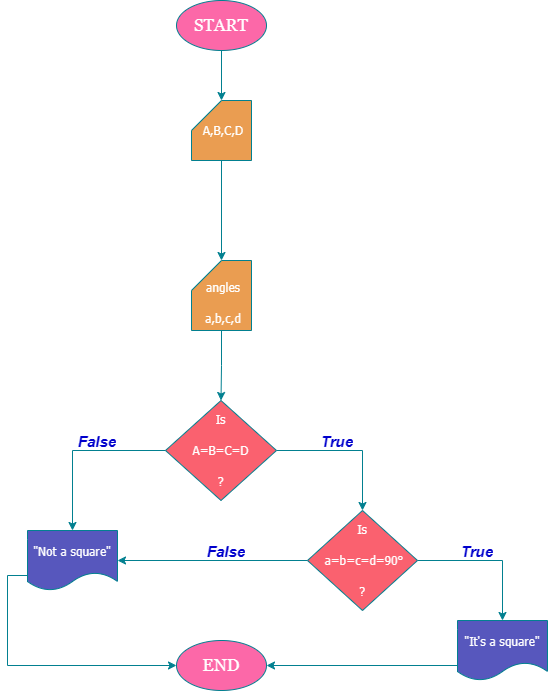
Earlier version of the draw.io export homeworksquare.png (SudeNazDilbaz/homework). Source tidied: cells renumbered, new cells last; positions are measured from the earlier drawing's top-left corner, leaving out a move shared by most shapes.
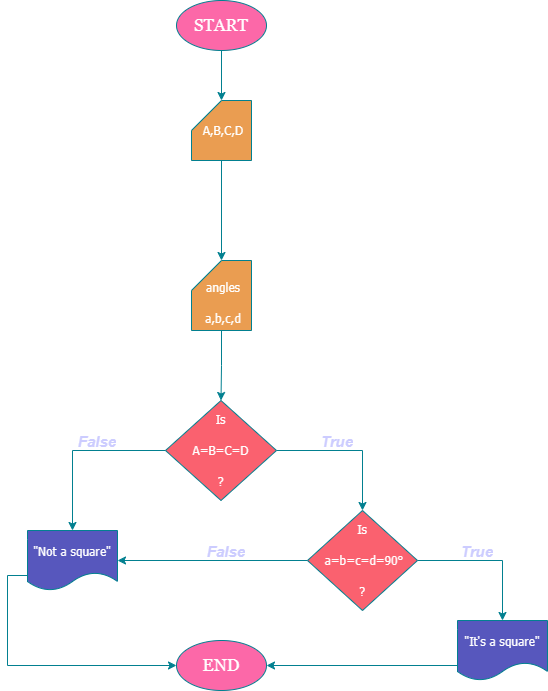
Later version of the same file.

The edit, as a diff of the source:
```diff
@@ -56,22 +56,22 @@
     <mxCell id="19" value="&lt;font face=&quot;Georgia&quot; style=&quot;font-size: 17px;&quot; color=&quot;#ffffff&quot;&gt;END&lt;/font&gt;" style="ellipse;whiteSpace=wrap;html=1;fillColor=#FC68A8;labelBackgroundColor=none;strokeColor=#028090;fontColor=#E4FDE1;" parent="1" vertex="1">
       <mxGeometry x="149" y="640" width="90" height="50" as="geometry" />
     </mxCell>
-    <object id="20" label="&lt;font color=&quot;#0000cc&quot; size=&quot;1&quot; style=&quot;&quot;&gt;&lt;b style=&quot;font-size: 15px;&quot;&gt;&lt;i style=&quot;&quot;&gt;False&lt;/i&gt;&lt;/b&gt;&lt;/font&gt;" name="Variable" placeholders="1">
+    <object id="20" label="&lt;font color=&quot;#ccccff&quot; size=&quot;1&quot; style=&quot;&quot;&gt;&lt;b style=&quot;font-size: 15px;&quot;&gt;&lt;i style=&quot;&quot;&gt;False&lt;/i&gt;&lt;/b&gt;&lt;/font&gt;" name="Variable" placeholders="1">
       <mxCell style="text;html=1;strokeColor=none;fillColor=none;align=center;verticalAlign=middle;whiteSpace=wrap;overflow=hidden;" parent="1" vertex="1">
         <mxGeometry x="30" y="430" width="80" height="20" as="geometry" />
       </mxCell>
     </object>
-    <object id="21" label="&lt;font color=&quot;#0000cc&quot;&gt;&lt;span style=&quot;font-size: 15px;&quot;&gt;&lt;b&gt;&lt;i&gt;True&lt;/i&gt;&lt;/b&gt;&lt;/span&gt;&lt;/font&gt;" name="Variable" placeholders="1">
+    <object id="21" label="&lt;span style=&quot;font-size: 15px;&quot;&gt;&lt;b style=&quot;&quot;&gt;&lt;i style=&quot;&quot;&gt;&lt;font color=&quot;#ccccff&quot;&gt;True&lt;/font&gt;&lt;/i&gt;&lt;/b&gt;&lt;/span&gt;" name="Variable" placeholders="1">
       <mxCell style="text;html=1;strokeColor=none;fillColor=none;align=center;verticalAlign=middle;whiteSpace=wrap;overflow=hidden;" parent="1" vertex="1">
         <mxGeometry x="270" y="430" width="80" height="20" as="geometry" />
       </mxCell>
     </object>
-    <object id="22" label="&lt;font color=&quot;#0000cc&quot; size=&quot;1&quot; style=&quot;&quot;&gt;&lt;b style=&quot;font-size: 15px;&quot;&gt;&lt;i style=&quot;&quot;&gt;False&lt;/i&gt;&lt;/b&gt;&lt;/font&gt;" name="Variable" placeholders="1">
+    <object id="22" label="&lt;font color=&quot;#ccccff&quot; size=&quot;1&quot; style=&quot;&quot;&gt;&lt;b style=&quot;font-size: 15px;&quot;&gt;&lt;i style=&quot;&quot;&gt;False&lt;/i&gt;&lt;/b&gt;&lt;/font&gt;" name="Variable" placeholders="1">
       <mxCell style="text;html=1;strokeColor=none;fillColor=none;align=center;verticalAlign=middle;whiteSpace=wrap;overflow=hidden;" parent="1" vertex="1">
         <mxGeometry x="159" y="540" width="80" height="20" as="geometry" />
       </mxCell>
     </object>
-    <object id="23" label="&lt;font color=&quot;#0000cc&quot;&gt;&lt;span style=&quot;font-size: 15px;&quot;&gt;&lt;b&gt;&lt;i&gt;True&lt;/i&gt;&lt;/b&gt;&lt;/span&gt;&lt;/font&gt;" name="Variable" placeholders="1">
+    <object id="23" label="&lt;span style=&quot;font-size: 15px;&quot;&gt;&lt;b style=&quot;&quot;&gt;&lt;i style=&quot;&quot;&gt;&lt;font color=&quot;#ccccff&quot;&gt;True&lt;/font&gt;&lt;/i&gt;&lt;/b&gt;&lt;/span&gt;" name="Variable" placeholders="1">
       <mxCell style="text;html=1;strokeColor=none;fillColor=none;align=center;verticalAlign=middle;whiteSpace=wrap;overflow=hidden;" parent="1" vertex="1">
         <mxGeometry x="410" y="540" width="80" height="20" as="geometry" />
       </mxCell>
```
